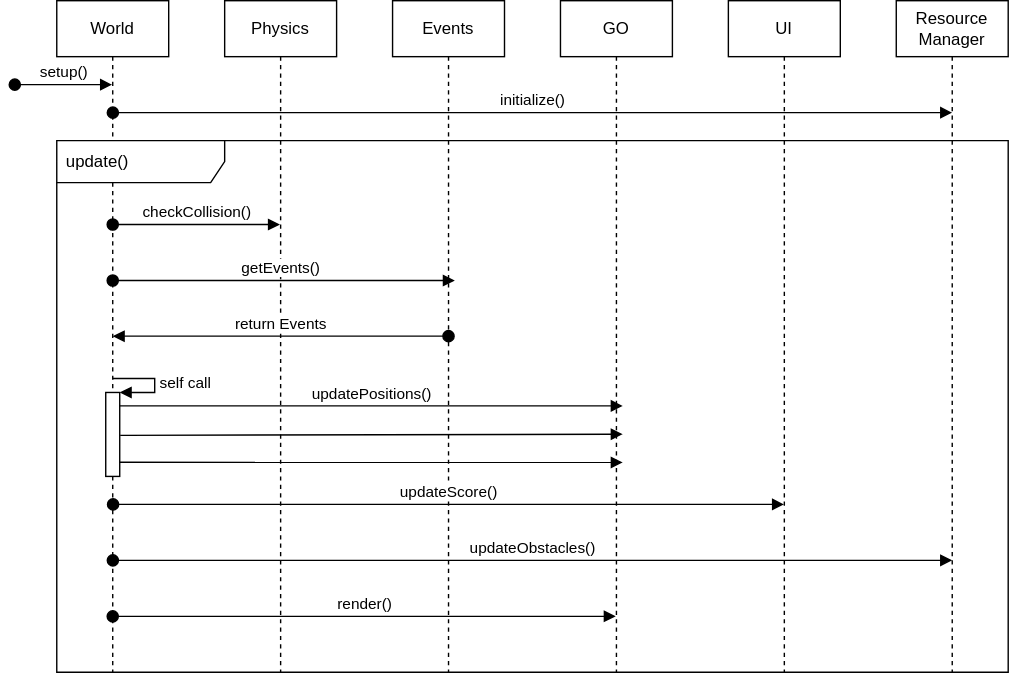
This is doc/world_loop_sequence_diagram.drawio.svg from kruserr/budget-flappy-bird-engine, a draw.io export, as it was before one commit. Source tidied: cells renumbered, new cells last; positions are measured from the earlier drawing's top-left corner, leaving out a move shared by most shapes.
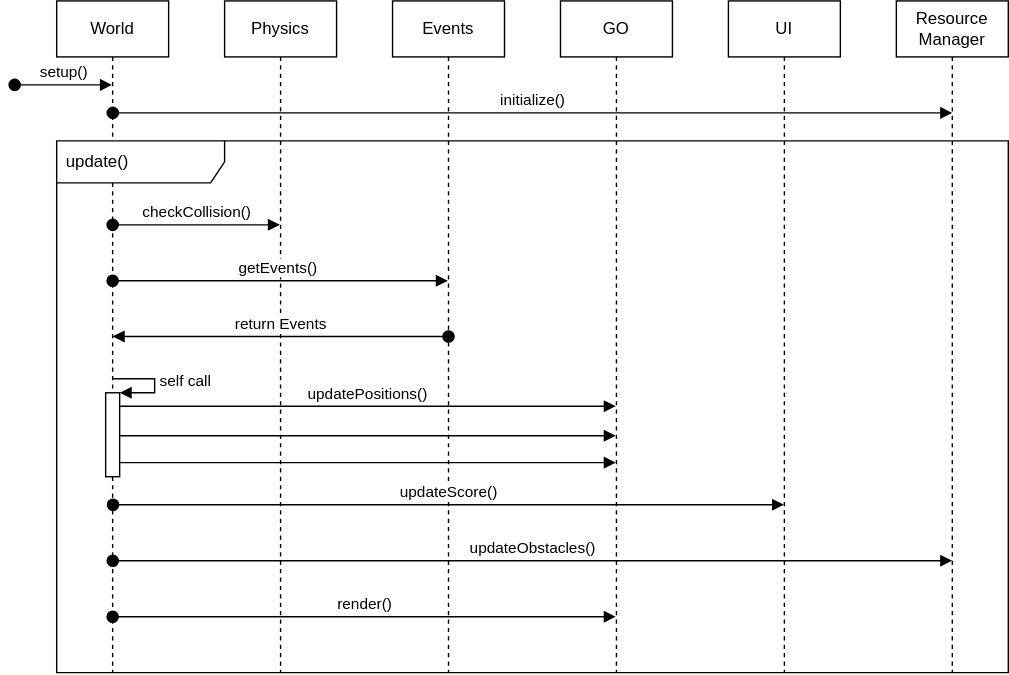
Later version of the same file.

Commit message:
rættaði pílar

The edit, as a diff of the source:
```diff
@@ -57,20 +57,11 @@
         </Array>
       </mxGeometry>
     </mxCell>
-    <mxCell id="13" style="html=1;verticalAlign=bottom;startArrow=none;startFill=0;endArrow=block;startSize=8;exitX=1.033;exitY=0.511;exitDx=0;exitDy=0;exitPerimeter=0;" parent="1" edge="1" source="3">
-      <mxGeometry x="0.1" relative="1" as="geometry">
-        <mxPoint x="434.5" y="309.8" as="targetPoint" />
-      </mxGeometry>
+    <mxCell id="13" style="html=1;verticalAlign=bottom;startArrow=none;startFill=0;endArrow=block;startSize=8;exitX=1.033;exitY=0.511;exitDx=0;exitDy=0;exitPerimeter=0;" parent="1" edge="1" source="3" target="9">
+      <mxGeometry x="0.1" relative="1" as="geometry" />
     </mxCell>
-    <mxCell id="14" style="html=1;verticalAlign=bottom;startArrow=none;startFill=0;endArrow=block;startSize=8;exitX=0.994;exitY=0.832;exitDx=0;exitDy=0;exitPerimeter=0;" parent="1" edge="1" source="3">
-      <mxGeometry relative="1" as="geometry">
-        <mxPoint x="434.5" y="330" as="targetPoint" />
-      </mxGeometry>
-    </mxCell>
-    <mxCell id="15" value="updatePositions()" style="html=1;verticalAlign=bottom;startArrow=none;startFill=0;endArrow=block;startSize=8;exitX=0.991;exitY=0.16;exitDx=0;exitDy=0;exitPerimeter=0;" parent="1" edge="1" source="3">
-      <mxGeometry relative="1" as="geometry">
-        <mxPoint x="434.5" y="289.6" as="targetPoint" />
-      </mxGeometry>
+    <mxCell id="15" value="updatePositions()" style="html=1;verticalAlign=bottom;startArrow=none;startFill=0;endArrow=block;startSize=8;exitX=0.991;exitY=0.16;exitDx=0;exitDy=0;exitPerimeter=0;" parent="1" edge="1" source="3" target="9">
+      <mxGeometry relative="1" as="geometry" />
     </mxCell>
     <mxCell id="16" value="return Events" style="html=1;verticalAlign=bottom;startArrow=oval;startFill=1;endArrow=block;startSize=8;" parent="1" edge="1">
       <mxGeometry relative="1" as="geometry">
@@ -78,10 +69,9 @@
         <mxPoint x="70" y="239.8" as="targetPoint" />
       </mxGeometry>
     </mxCell>
-    <mxCell id="17" value="getEvents()" style="html=1;verticalAlign=bottom;startArrow=oval;startFill=1;endArrow=block;startSize=8;" parent="1" edge="1">
+    <mxCell id="17" value="getEvents()" style="html=1;verticalAlign=bottom;startArrow=oval;startFill=1;endArrow=block;startSize=8;" parent="1" edge="1" target="5">
       <mxGeometry x="-0.02" relative="1" as="geometry">
         <mxPoint x="70" y="200" as="sourcePoint" />
-        <mxPoint x="314.5" y="200" as="targetPoint" />
       </mxGeometry>
     </mxCell>
     <mxCell id="18" value="checkCollision()" style="html=1;verticalAlign=bottom;startArrow=oval;startFill=1;endArrow=block;startSize=8;" parent="1" edge="1">
@@ -106,6 +96,9 @@
         <mxPoint x="69.5" y="60" as="targetPoint" />
       </mxGeometry>
     </mxCell>
+    <mxCell id="14" style="html=1;verticalAlign=bottom;startArrow=none;startFill=0;endArrow=block;startSize=8;exitX=0.994;exitY=0.832;exitDx=0;exitDy=0;exitPerimeter=0;" parent="1" edge="1" source="3" target="9">
+      <mxGeometry relative="1" as="geometry" />
+    </mxCell>
     <mxCell id="21" value="update()" style="shape=umlFrame;whiteSpace=wrap;html=1;width=120;height=30;boundedLbl=1;verticalAlign=middle;align=left;spacingLeft=5;" parent="1" vertex="1">
       <mxGeometry x="30" y="100" width="680" height="380" as="geometry" />
     </mxCell>
```
